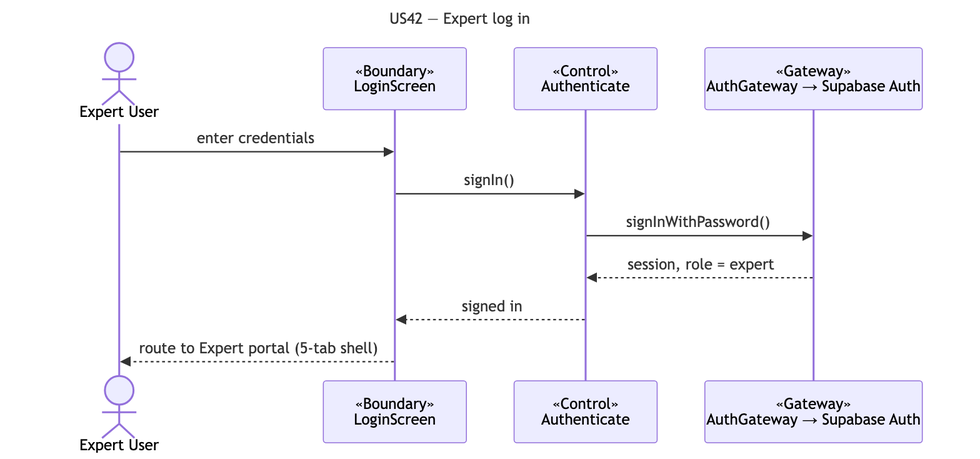
cyuanjun/FYP-26-S2-37-app keeps this Mermaid diagram as docs/deliverables/sequence-diagrams/US42-expert-login.png. Above is the earlier version. Its source is kept beside it as docs/deliverables/sequence-diagrams/src/US42-expert-login.mmd.
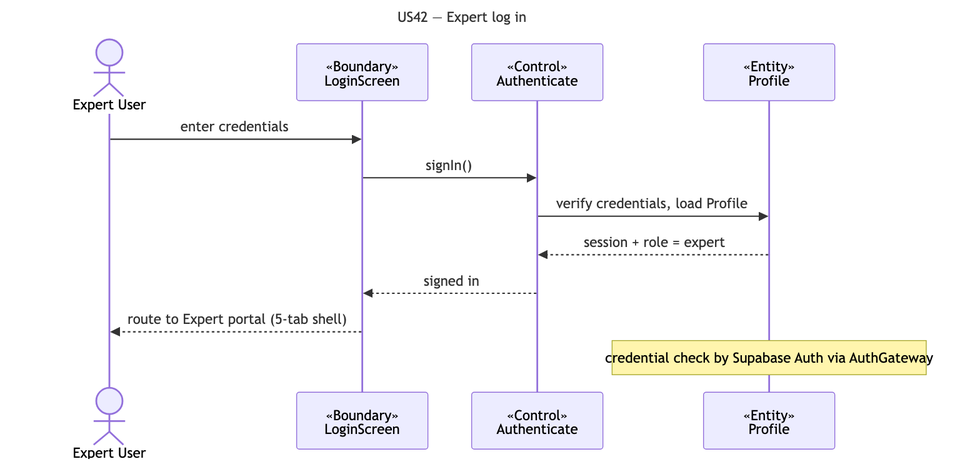
Above is the later version.

The edit, as a diff of the source:
```diff
@@ -5,10 +5,11 @@
   actor A as Expert User
   participant B as «Boundary»<br/>LoginScreen
   participant C as «Control»<br/>Authenticate
-  participant G as «Gateway»<br/>AuthGateway → Supabase Auth
+  participant E as «Entity»<br/>Profile
   A->>B: enter credentials
   B->>C: signIn()
-  C->>G: signInWithPassword()
-  G-->>C: session, role = expert
+  C->>E: verify credentials, load Profile
+  E-->>C: session + role = expert
   C-->>B: signed in
   B-->>A: route to Expert portal (5-tab shell)
+  note over E: credential check by Supabase Auth via AuthGateway
```
